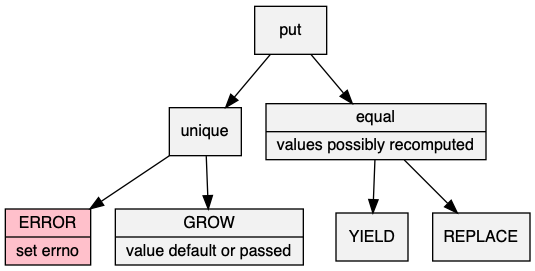
neil-edelman/boxes keeps this Graphviz diagram as web/put.png. Above is the earlier version. Its source is kept beside it as web/put.gv.
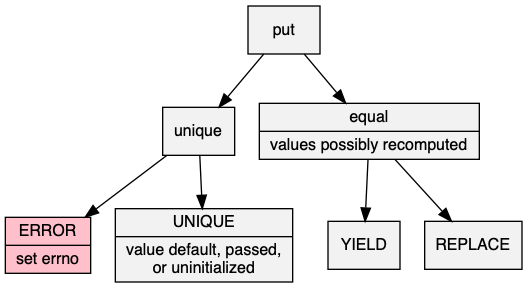
The same diagram one commit later.

Commit message:
grow->absent->unique

What changed in the source:
```diff
@@ -14,7 +14,7 @@
 	equal -> replace;
 	error [label="{ERROR|set errno}", fillcolor="Pink"];
 	equal [label="{equal|values possibly recomputed}"];
-	grow [label="{GROW|value default or passed}"];
+	grow [label="{UNIQUE|value default, passed,\lor uninitialized}"];
 	yield [label="YIELD"];
 	replace [label="REPLACE"];
 }
```
